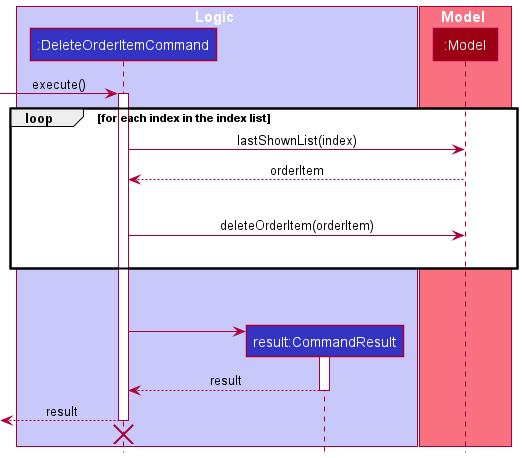
This is docs/images/DeleteOrderItemSequenceDiagram.png from nus-cs2103-AY2021S2/tp, a PlantUML export, as it was before one commit. Source of this version:
```plantuml
@startuml
!include style.puml

box Logic LOGIC_COLOR_T1
participant ":DeleteOrderItemCommand" as DeleteOrderItemCommand LOGIC_COLOR
participant "result:CommandResult" as CommandResult LOGIC_COLOR
end box

box Model MODEL_COLOR_T1
participant ":Model" as Model MODEL_COLOR
end box

[-> DeleteOrderItemCommand : execute()
activate DeleteOrderItemCommand

loop for each index in the index list
    DeleteOrderItemCommand -> Model: lastShownList(index)
    Model --> DeleteOrderItemCommand: orderItem
    |||
    DeleteOrderItemCommand -> Model : deleteOrderItem(orderItem)
    |||
end

|||
|||

create CommandResult
DeleteOrderItemCommand -> CommandResult
activate CommandResult

CommandResult --> DeleteOrderItemCommand : result
deactivate CommandResult

[<-- DeleteOrderItemCommand : result
deactivate DeleteOrderItemCommand
[<-[hidden]- DeleteOrderItemCommand
destroy DeleteOrderItemCommand

@enduml
```
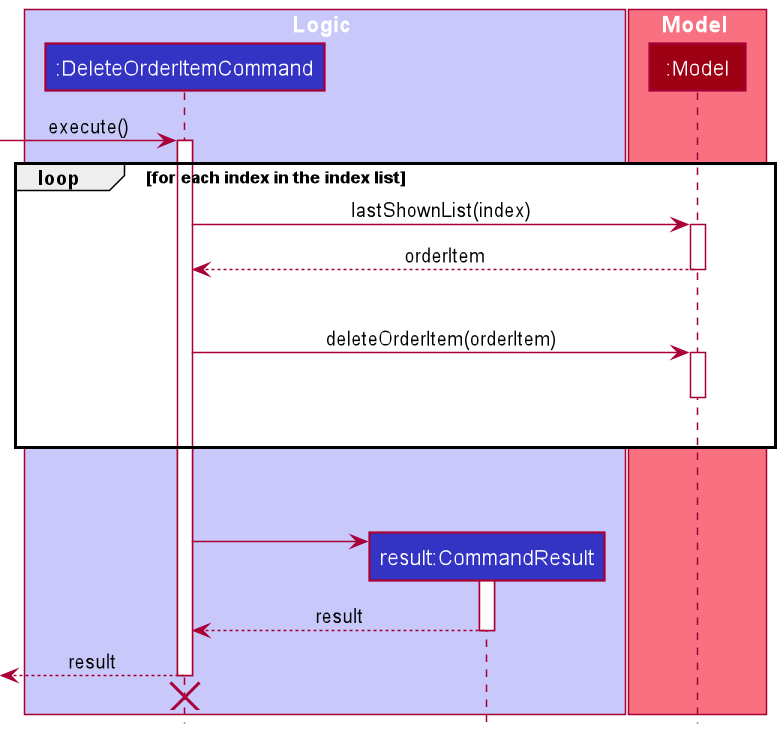
The same diagram one commit later.

The edit, as a diff of the source:
```diff
@@ -15,9 +15,13 @@
 
 loop for each index in the index list
     DeleteOrderItemCommand -> Model: lastShownList(index)
+    activate Model
     Model --> DeleteOrderItemCommand: orderItem
+    deactivate Model
     |||
     DeleteOrderItemCommand -> Model : deleteOrderItem(orderItem)
+    activate Model
+    deactivate Model
     |||
 end
 
```
